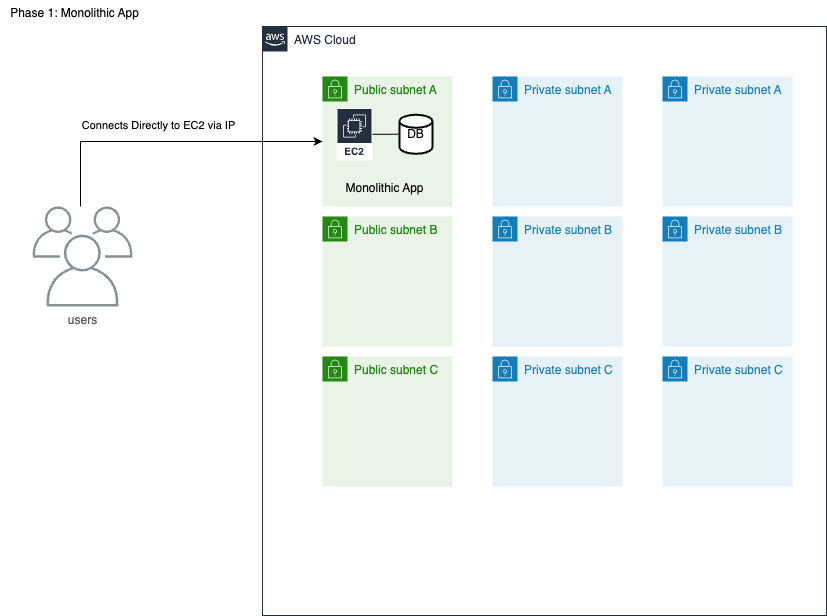
This is phase_1.png from PG-0/Architecture_Evolution_Project, a draw.io export, as it was before one commit. Source tidied: cells renumbered, new cells last; positions are measured from the earlier drawing's top-left corner, leaving out a move shared by most shapes.
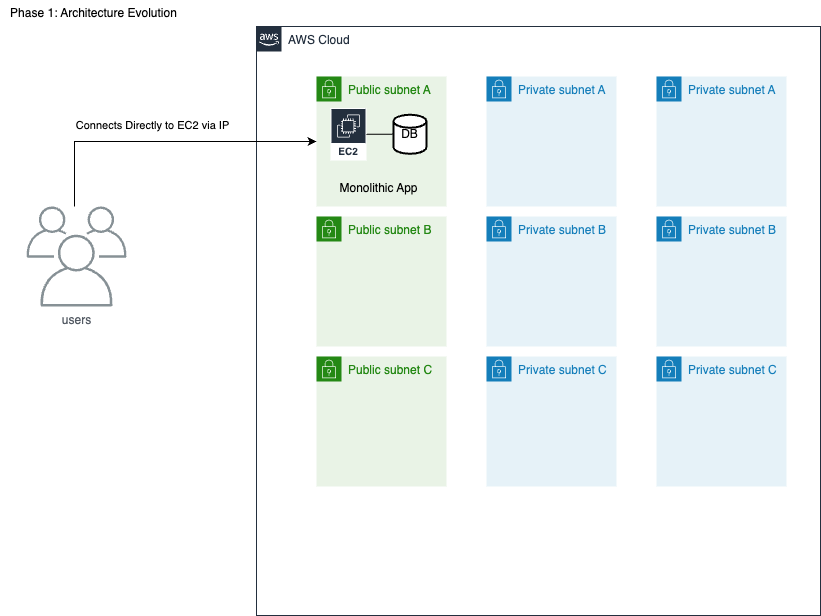
After the change.

Commit message:
README and Arch Diagram updates

The edit, as a diff of the source:
```diff
@@ -61,8 +61,8 @@
         <mxPoint x="398" y="134" as="targetPoint" />
       </mxGeometry>
     </mxCell>
-    <mxCell id="19" value="Phase 1: Monolithic App" style="text;html=1;align=center;verticalAlign=middle;strokeColor=none;fillColor=none;" parent="1" vertex="1">
-      <mxGeometry width="147" height="26" as="geometry" />
+    <mxCell id="19" value="Phase 1: Architecture Evolution" style="text;html=1;align=center;verticalAlign=middle;strokeColor=none;fillColor=none;" parent="1" vertex="1">
+      <mxGeometry x="6" width="185" height="26" as="geometry" />
     </mxCell>
     <mxCell id="20" value="users" style="sketch=0;outlineConnect=0;gradientColor=none;fontColor=#545B64;strokeColor=none;fillColor=#879196;dashed=0;verticalLabelPosition=bottom;verticalAlign=top;align=center;html=1;fontSize=12;fontStyle=0;shape=mxgraph.aws4.illustration_users;" parent="1" vertex="1">
       <mxGeometry x="32" y="206" width="100" height="100" as="geometry" />
```
